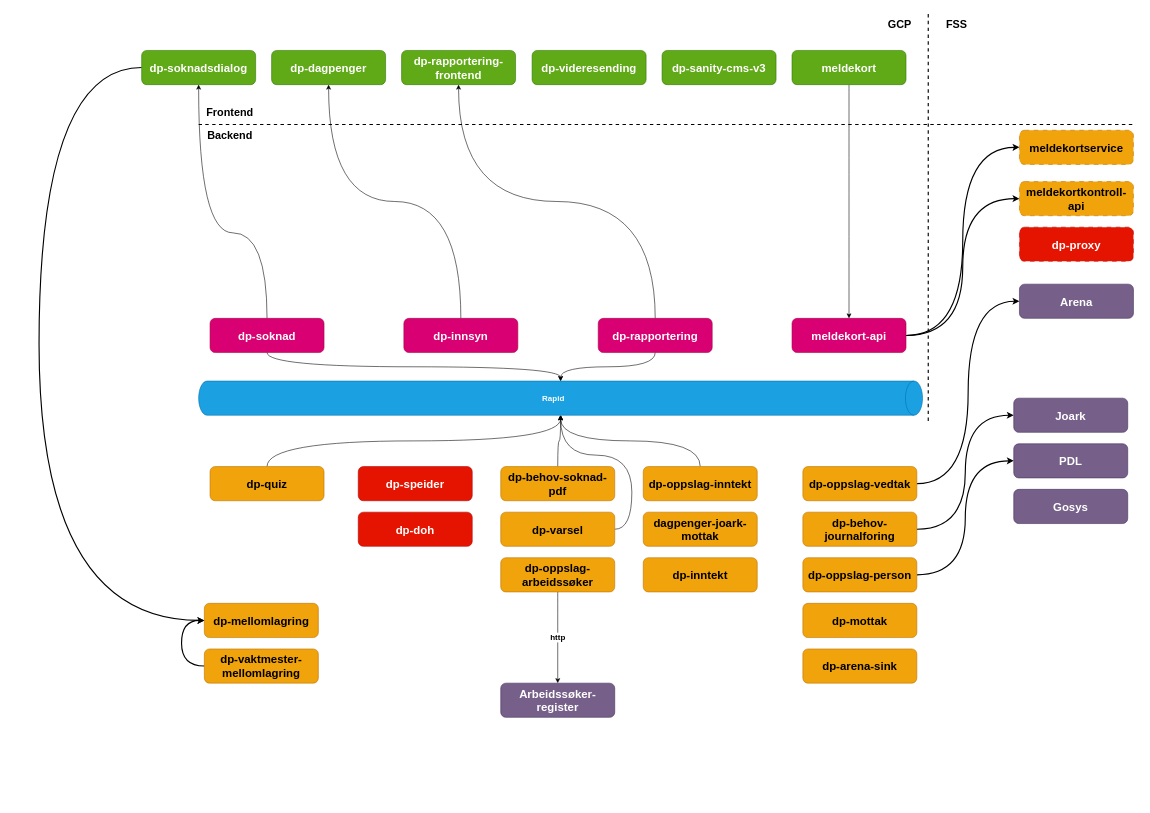
Earlier version of the draw.io diagram docs/innbyggerflater/overordnet-arkitektur.drawio (navikt/dp-dokumentasjon). Source tidied: cells renumbered, new cells numbered last; positions are measured from the earlier drawing's top-left corner, leaving out a move shared by most shapes. Both pictures are drawn from the tidied source at 57%, with x=0, y=0 at pixel (39, 10).
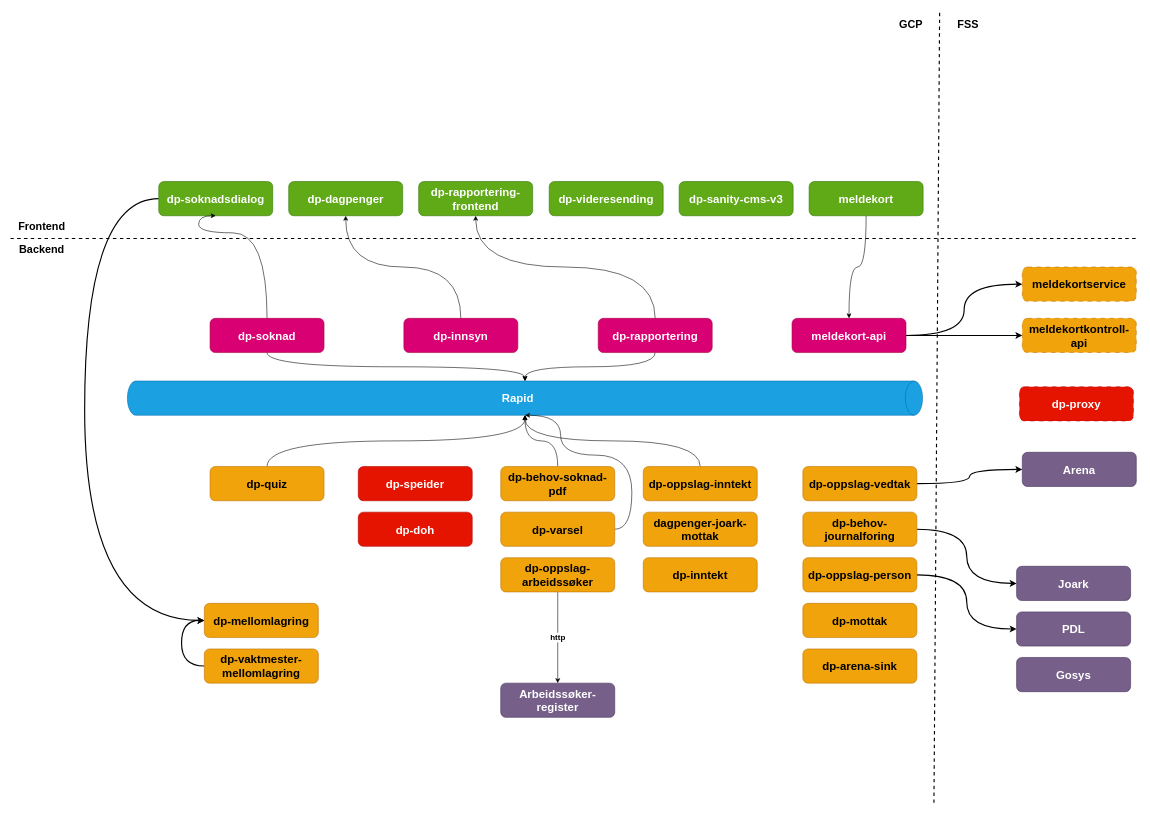
After the change.

Commit message:
Juster på arkitektur tegning

The change refers to these unchanged cells:
```xml
<mxCell id="14" value="dp-mellomlagring" style="whiteSpace=wrap;html=1;rounded=1;fillColor=#f0a30a;fontColor=#000000;strokeColor=#BD7000;fontSize=20;fontStyle=1;" parent="1" vertex="1">
  <mxGeometry x="290" y="1040" width="200" height="60" as="geometry" />
</mxCell>
```

The edit, as a diff of the source:
```diff
@@
     <mxCell id="2" style="edgeStyle=orthogonalEdgeStyle;curved=1;html=1;entryX=0;entryY=0.5;entryDx=0;entryDy=0;strokeWidth=2;fontSize=20;exitX=0;exitY=0.5;exitDx=0;exitDy=0;" parent="1" edge="1" source="3" target="14">
       <mxGeometry relative="1" as="geometry">
         <Array as="points">
-          <mxPoint y="100" />
-          <mxPoint y="1070" />
+          <mxPoint x="80" y="330" />
+          <mxPoint x="80" y="1070" />
         </Array>
       </mxGeometry>
     </mxCell>
     <mxCell id="3" value="dp-soknadsdialog" style="rounded=1;whiteSpace=wrap;html=1;fillColor=#60a917;fontColor=#ffffff;strokeColor=#2D7600;fontSize=20;fontStyle=1;" parent="1" vertex="1">
-      <mxGeometry x="180" y="70" width="200" height="60" as="geometry" />
+      <mxGeometry x="210" y="300" width="200" height="60" as="geometry" />
     </mxCell>
@@
-    <mxCell id="15" value="Rapid" style="shape=cylinder3;whiteSpace=wrap;html=1;boundedLbl=1;backgroundOutline=1;size=15;fontFamily=Helvetica;fontSize=14;rotation=90;horizontal=0;fillColor=#1ba1e2;strokeColor=#006EAF;fontColor=#ffffff;fontStyle=1;" parent="1" vertex="1">
-      <mxGeometry x="885" y="45" width="60" height="1270" as="geometry" />
+    <mxCell id="15" value="Rapid" style="shape=cylinder3;whiteSpace=wrap;html=1;boundedLbl=1;backgroundOutline=1;size=15;fontFamily=Helvetica;fontSize=20;rotation=90;horizontal=0;fillColor=#1ba1e2;strokeColor=#006EAF;fontColor=#ffffff;fontStyle=1;" parent="1" vertex="1">
+      <mxGeometry x="822.5" y="-17.5" width="60" height="1395" as="geometry" />
     </mxCell>
@@
     <mxCell id="17" value="Arena" style="rounded=1;whiteSpace=wrap;html=1;fontFamily=Helvetica;fontSize=20;fontColor=#ffffff;fillColor=#76608a;strokeColor=#432D57;fontStyle=1;" parent="1" vertex="1">
-      <mxGeometry x="1720" y="480" width="200" height="60" as="geometry" />
+      <mxGeometry x="1725" y="775" width="200" height="60" as="geometry" />
     </mxCell>
     <mxCell id="18" value="Gosys" style="rounded=1;whiteSpace=wrap;html=1;fontFamily=Helvetica;fontSize=20;fontColor=#ffffff;fillColor=#76608a;strokeColor=#432D57;fontStyle=1;" parent="1" vertex="1">
-      <mxGeometry x="1710" y="840" width="200" height="60" as="geometry" />
+      <mxGeometry x="1715" y="1135" width="200" height="60" as="geometry" />
     </mxCell>
     <mxCell id="19" value="Joark" style="rounded=1;whiteSpace=wrap;html=1;fontFamily=Helvetica;fontSize=20;fontColor=#ffffff;fillColor=#76608a;strokeColor=#432D57;fontStyle=1;" parent="1" vertex="1">
-      <mxGeometry x="1710" y="680" width="200" height="60" as="geometry" />
+      <mxGeometry x="1715" y="975" width="200" height="60" as="geometry" />
     </mxCell>
@@
     <mxCell id="23" value="PDL" style="rounded=1;whiteSpace=wrap;html=1;fontFamily=Helvetica;fontSize=20;fontColor=#ffffff;fillColor=#76608a;strokeColor=#432D57;fontStyle=1;" parent="1" vertex="1">
-      <mxGeometry x="1710" y="760" width="200" height="60" as="geometry" />
+      <mxGeometry x="1715" y="1055" width="200" height="60" as="geometry" />
     </mxCell>
@@
     <mxCell id="32" value="dp-dagpenger" style="whiteSpace=wrap;html=1;rounded=1;fillColor=#60a917;fontColor=#ffffff;strokeColor=#2D7600;fontSize=20;fontStyle=1;" parent="1" vertex="1">
-      <mxGeometry x="408" y="70" width="200" height="60" as="geometry" />
+      <mxGeometry x="438" y="300" width="200" height="60" as="geometry" />
     </mxCell>
@@
     <mxCell id="36" value="dp-rapportering-frontend" style="whiteSpace=wrap;html=1;fontSize=20;rounded=1;fillColor=#60a917;fontColor=#ffffff;strokeColor=#2D7600;fontStyle=1;" parent="1" vertex="1">
-      <mxGeometry x="636" y="70" width="200" height="60" as="geometry" />
+      <mxGeometry x="666" y="300" width="200" height="60" as="geometry" />
     </mxCell>
@@
     <mxCell id="41" value="meldekort" style="whiteSpace=wrap;html=1;fontSize=20;rounded=1;fillColor=#60a917;fontColor=#ffffff;strokeColor=#2D7600;fontStyle=1;" parent="1" vertex="1">
-      <mxGeometry x="1321" y="70" width="200" height="60" as="geometry" />
+      <mxGeometry x="1351" y="300" width="200" height="60" as="geometry" />
     </mxCell>
     <mxCell id="42" value="meldekortservice" style="whiteSpace=wrap;html=1;fontSize=20;rounded=1;dashed=1;dashPattern=8 8;fillColor=#f0a30a;fontColor=#000000;strokeColor=#BD7000;fontStyle=1;" parent="1" vertex="1">
-      <mxGeometry x="1720" y="210" width="200" height="60" as="geometry" />
+      <mxGeometry x="1725" y="450" width="200" height="60" as="geometry" />
     </mxCell>
     <mxCell id="43" value="meldekortkontroll-api" style="whiteSpace=wrap;html=1;fontSize=20;rounded=1;dashed=1;dashPattern=8 8;fillColor=#f0a30a;fontColor=#000000;strokeColor=#BD7000;fontStyle=1;" parent="1" vertex="1">
-      <mxGeometry x="1720" y="300" width="200" height="60" as="geometry" />
+      <mxGeometry x="1725" y="540" width="200" height="60" as="geometry" />
     </mxCell>
     <mxCell id="44" value="dp-proxy" style="whiteSpace=wrap;html=1;fontSize=20;rounded=1;dashed=1;dashPattern=8 8;fillColor=#e51400;fontColor=#ffffff;strokeColor=#B20000;fontStyle=1;" parent="1" vertex="1">
-      <mxGeometry x="1720" y="380" width="200" height="60" as="geometry" />
+      <mxGeometry x="1720" y="660" width="200" height="60" as="geometry" />
     </mxCell>
@@
     <mxCell id="49" value="dp-videresending" style="whiteSpace=wrap;html=1;fontSize=20;rounded=1;fillColor=#60a917;fontColor=#ffffff;strokeColor=#2D7600;fontStyle=1;" parent="1" vertex="1">
-      <mxGeometry x="865" y="70" width="200" height="60" as="geometry" />
+      <mxGeometry x="895" y="300" width="200" height="60" as="geometry" />
     </mxCell>
@@
     <mxCell id="52" value="dp-sanity-cms-v3" style="whiteSpace=wrap;html=1;fontSize=20;rounded=1;fillColor=#60a917;fontColor=#ffffff;strokeColor=#2D7600;fontStyle=1;" parent="1" vertex="1">
-      <mxGeometry x="1093" y="70" width="200" height="60" as="geometry" />
+      <mxGeometry x="1123" y="300" width="200" height="60" as="geometry" />
     </mxCell>
@@
     <mxCell id="54" style="endArrow=none;dashed=1;html=1;fontSize=10;strokeWidth=2;" parent="1" edge="1">
       <mxGeometry relative="1" as="geometry">
-        <mxPoint x="1560" y="720" as="sourcePoint" />
-        <mxPoint x="1560" as="targetPoint" />
+        <mxPoint x="1570" y="1390" as="sourcePoint" />
+        <mxPoint x="1580" as="targetPoint" />
       </mxGeometry>
     </mxCell>
     <mxCell id="55" value="FSS" style="text;html=1;strokeColor=none;fillColor=none;align=center;verticalAlign=middle;whiteSpace=wrap;rounded=0;fontSize=19;fontStyle=1;" parent="1" vertex="1">
-      <mxGeometry x="1580" y="10" width="60" height="30" as="geometry" />
+      <mxGeometry x="1600" y="5" width="60" height="40" as="geometry" />
     </mxCell>
     <mxCell id="56" value="GCP" style="text;html=1;strokeColor=none;fillColor=none;align=center;verticalAlign=middle;whiteSpace=wrap;rounded=0;fontSize=19;fontStyle=1;" parent="1" vertex="1">
-      <mxGeometry x="1480" y="10" width="60" height="30" as="geometry" />
+      <mxGeometry x="1500" y="5" width="60" height="40" as="geometry" />
     </mxCell>
     <mxCell id="57" style="endArrow=none;dashed=1;html=1;strokeWidth=2;fontSize=10;curved=1;" parent="1" edge="1">
       <mxGeometry relative="1" as="geometry">
-        <mxPoint x="280" y="200" as="sourcePoint" />
-        <mxPoint x="1920" y="200" as="targetPoint" />
+        <mxPoint x="-50" y="400" as="sourcePoint" />
+        <mxPoint x="1930" y="400" as="targetPoint" />
       </mxGeometry>
     </mxCell>
     <mxCell id="58" value="Frontend" style="text;html=1;strokeColor=none;fillColor=none;align=center;verticalAlign=middle;whiteSpace=wrap;rounded=0;fontSize=19;fontStyle=1;" parent="1" vertex="1">
-      <mxGeometry x="280" y="160" width="110" height="40" as="geometry" />
+      <mxGeometry x="-50" y="360" width="110" height="40" as="geometry" />
     </mxCell>
     <mxCell id="59" value="Backend" style="text;html=1;strokeColor=none;fillColor=none;align=center;verticalAlign=middle;whiteSpace=wrap;rounded=0;fontSize=19;fontStyle=1;" parent="1" vertex="1">
-      <mxGeometry x="280" y="200" width="110" height="40" as="geometry" />
+      <mxGeometry x="-50" y="400" width="110" height="40" as="geometry" />
     </mxCell>
```
